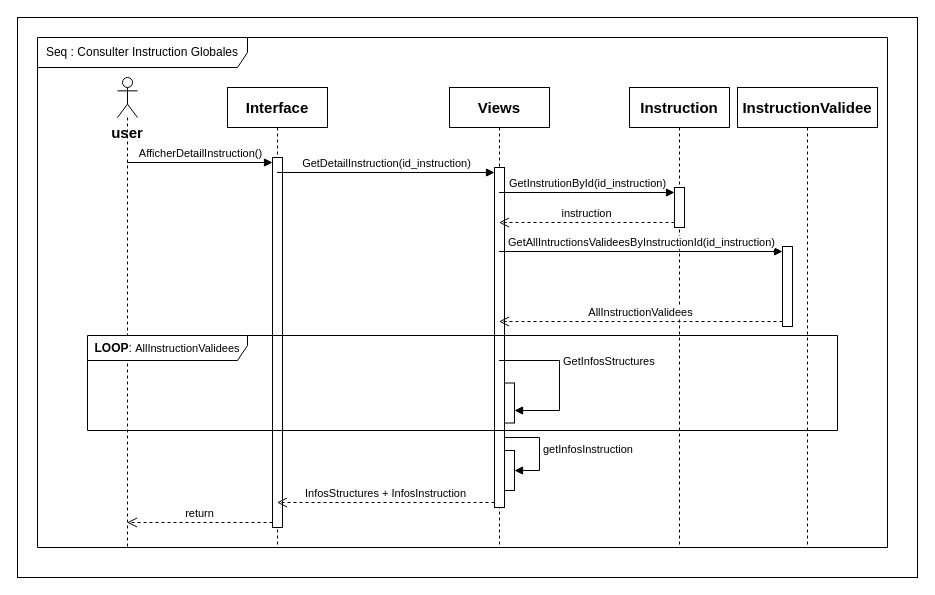
Above: seq_consulter_iglob.drawio in CabrelFeukeng/pp (draw.io), before the change. Source tidied: cells renumbered, new cells numbered last; positions are measured from the earlier drawing's top-left corner, leaving out a move shared by most shapes. Both pictures are drawn from the tidied source at 100%, with x=0, y=0 at pixel (17, 17).
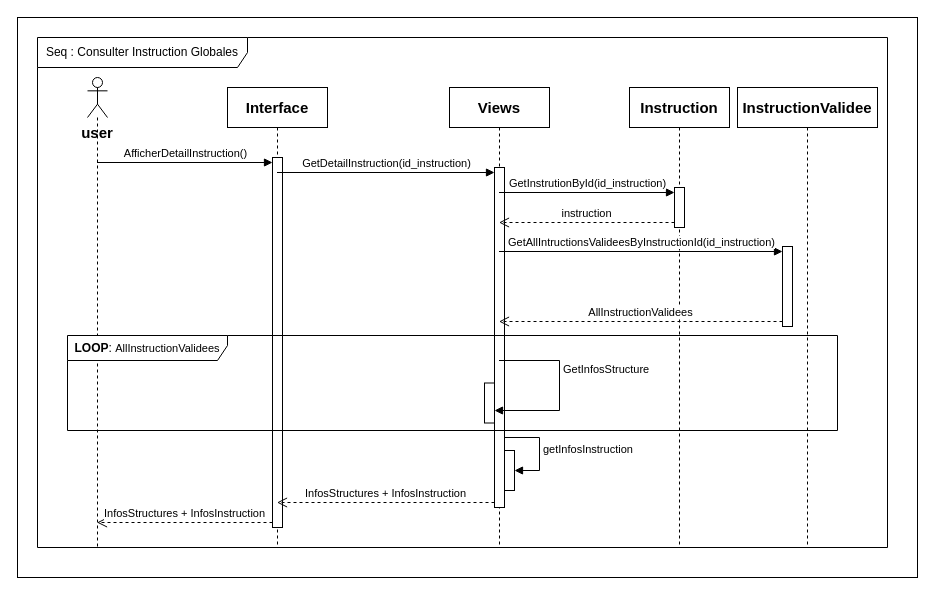
Above is the later version.

Commit message (it also covers changes not shown here):
Mettre à jour seq_consulter_iglob.drawio

The change refers to these unchanged cells:
```xml
<mxCell id="5" style="html=1;points=[[0,0,0,0,5],[0,1,0,0,-5],[1,0,0,0,5],[1,1,0,0,-5]];perimeter=orthogonalPerimeter;outlineConnect=0;targetShapes=umlLifeline;portConstraint=eastwest;newEdgeStyle={&quot;curved&quot;:0,&quot;rounded&quot;:0};" parent="4" vertex="1">
  <mxGeometry x="45" y="70" width="10" height="370" as="geometry" />
</mxCell>
<mxCell id="20" style="html=1;points=[[0,0,0,0,5],[0,1,0,0,-5],[1,0,0,0,5],[1,1,0,0,-5]];perimeter=orthogonalPerimeter;outlineConnect=0;targetShapes=umlLifeline;portConstraint=eastwest;newEdgeStyle={&quot;curved&quot;:0,&quot;rounded&quot;:0};" parent="19" vertex="1">
  <mxGeometry x="417" y="47.5" width="10" height="40" as="geometry" />
</mxCell>
```

The edit, as a diff of the source:
```diff
@@
     <mxCell id="3" style="shape=umlLifeline;perimeter=lifelinePerimeter;whiteSpace=wrap;html=1;outlineConnect=0;portConstraint=eastwest;newEdgeStyle={&quot;curved&quot;:0,&quot;rounded&quot;:0};participant=umlActor;" parent="1" vertex="1">
-      <mxGeometry x="100" y="60" width="20" height="470" as="geometry" />
+      <mxGeometry x="70" y="60" width="20" height="470" as="geometry" />
     </mxCell>
@@
-    <mxCell id="13" value="return" style="html=1;verticalAlign=bottom;endArrow=open;dashed=1;endSize=8;curved=0;rounded=0;exitX=0;exitY=1;exitDx=0;exitDy=-5;" parent="1" edge="1" source="5" target="3">
+    <mxCell id="13" value="&lt;span style=&quot;text-align: left;&quot;&gt;InfosStructures +&amp;nbsp;&lt;/span&gt;&lt;span style=&quot;text-align: left;&quot;&gt;InfosInstruction&lt;/span&gt;" style="html=1;verticalAlign=bottom;endArrow=open;dashed=1;endSize=8;curved=0;rounded=0;exitX=0;exitY=1;exitDx=0;exitDy=-5;" parent="1" edge="1" source="5" target="3">
       <mxGeometry relative="1" as="geometry" />
     </mxCell>
@@
     <mxCell id="19" value="&lt;b&gt;LOOP&lt;/b&gt;:&amp;nbsp;&lt;span style=&quot;font-size: 11px; text-wrap-mode: nowrap; background-color: rgb(255, 255, 255);&quot;&gt;AllInstructionValidees&lt;/span&gt;" style="shape=umlFrame;whiteSpace=wrap;html=1;width=160;height=25;" parent="1" vertex="1">
-      <mxGeometry x="70" y="318" width="750" height="95" as="geometry" />
+      <mxGeometry x="50" y="318" width="770" height="95" as="geometry" />
     </mxCell>
@@
-    <mxCell id="21" value="GetInfosStructures" style="html=1;align=left;spacingLeft=2;endArrow=block;rounded=0;edgeStyle=orthogonalEdgeStyle;curved=0;rounded=0;" parent="1" edge="1" target="20">
+    <mxCell id="21" value="GetInfosStructure" style="html=1;align=left;spacingLeft=2;endArrow=block;rounded=0;edgeStyle=orthogonalEdgeStyle;curved=0;rounded=0;" parent="1" edge="1" target="20">
       <mxGeometry x="-0.23" relative="1" as="geometry">
         <mxPoint x="481.5" y="343" as="sourcePoint" />
         <Array as="points">
           <mxPoint x="542" y="343" />
           <mxPoint x="542" y="393" />
         </Array>
         <mxPoint y="1" as="offset" />
       </mxGeometry>
     </mxCell>
@@
     <mxCell id="26" value="&lt;b&gt;&lt;font style=&quot;font-size: 15px;&quot;&gt;user&lt;/font&gt;&lt;/b&gt;" style="text;html=1;align=center;verticalAlign=middle;whiteSpace=wrap;rounded=0;" parent="1" vertex="1">
-      <mxGeometry x="80" y="100" width="60" height="30" as="geometry" />
+      <mxGeometry x="50" y="100" width="60" height="30" as="geometry" />
     </mxCell>
```
